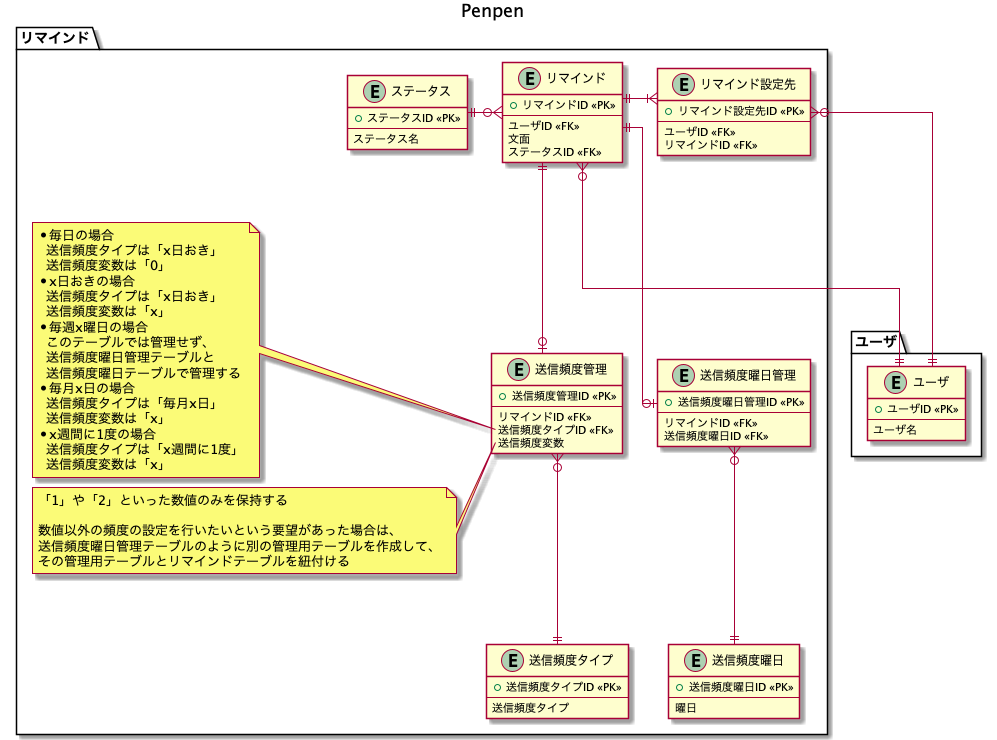
Before: assets/Penpen.png, a diagram exported from PlantUML (kamimi01/praha_challenge_tasks).
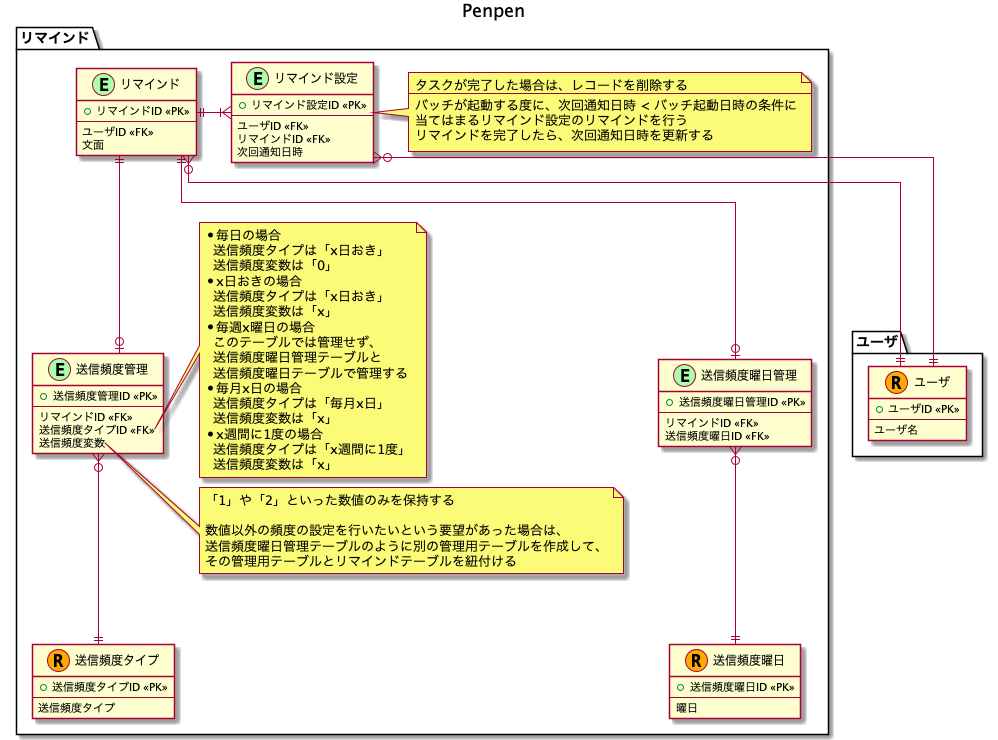
The same diagram one commit later.

Diff of the diagram source:
```diff
@@ -9,28 +9,27 @@
 !define RESOURCE_MARK_COLOR FFAA00
 
 package "リマインド" as remindpkg {
-  entity "リマインド" as remind {
+  entity "リマインド" as remind <<E, EVENT_MARK_COLOR>> {
     + リマインドID <<PK>>
     ---
     ユーザID <<FK>>
     文面
-    ステータスID <<FK>>
   }
 
-  entity "送信頻度タイプ" as send_frequency {
+  entity "送信頻度タイプ" as send_frequency <<R, RESOURCE_MARK_COLOR>> {
     + 送信頻度タイプID <<PK>>
     ---
     送信頻度タイプ
   }
 
-  entity "送信頻度曜日管理" as send_frequency_day_of_the_week_management {
+  entity "送信頻度曜日管理" as send_frequency_day_of_the_week_management <<E, EVENT_MARK_COLOR>> {
     + 送信頻度曜日管理ID <<PK>>
     ---
     リマインドID <<FK>>
     送信頻度曜日ID <<FK>>
   }
 
-  entity "送信頻度管理" as send_frequency_management {
+  entity "送信頻度管理" as send_frequency_management <<E, EVENT_MARK_COLOR>> {
     + 送信頻度管理ID <<PK>>
     ---
     リマインドID <<FK>>
@@ -38,7 +37,7 @@
     送信頻度変数
   }
 
-  entity "送信頻度曜日" as send_frequency_day_of_the_week {
+  entity "送信頻度曜日" as send_frequency_day_of_the_week <<R, RESOURCE_MARK_COLOR>> {
     + 送信頻度曜日ID <<PK>>
     ---
     曜日
@@ -71,22 +70,25 @@
     その管理用テーブルとリマインドテーブルを紐付ける
   end note
 
-  entity "ステータス" as status {
-    + ステータスID <<PK>>
-    ---
-    ステータス名
-  }
-
-  entity "リマインド設定先" as remind_setting {
-    + リマインド設定先ID <<PK>>
+  entity "リマインド設定" as remind_setting <<E, EVENT_MARK_COLOR>> {
+    + リマインド設定ID <<PK>>
     ---
     ユーザID <<FK>>
     リマインドID <<FK>>
+    次回通知日時
   }
+
+  note right of remind_setting
+    タスクが完了した場合は、レコードを削除する
+    ---
+    バッチが起動する度に、次回通知日時 < バッチ起動日時の条件に
+    当てはまるリマインド設定のリマインドを行う
+    リマインドを完了したら、次回通知日時を更新する
+  end note
 }
 
 package "ユーザ" as userpkg {
-  entity "ユーザ" as user {
+  entity "ユーザ" as user <<R, RESOURCE_MARK_COLOR>> {
     + ユーザID <<PK>>
     ---
     ユーザ名
@@ -96,7 +98,6 @@
 remind ||-r-|{ remind_setting
 remind }o--|| user
 remind_setting }o--|| user
-remind }o-l-|| status
 remind ||--o| send_frequency_day_of_the_week_management
 remind ||--o| send_frequency_management
 send_frequency_day_of_the_week_management }o--|| send_frequency_day_of_the_week
```
